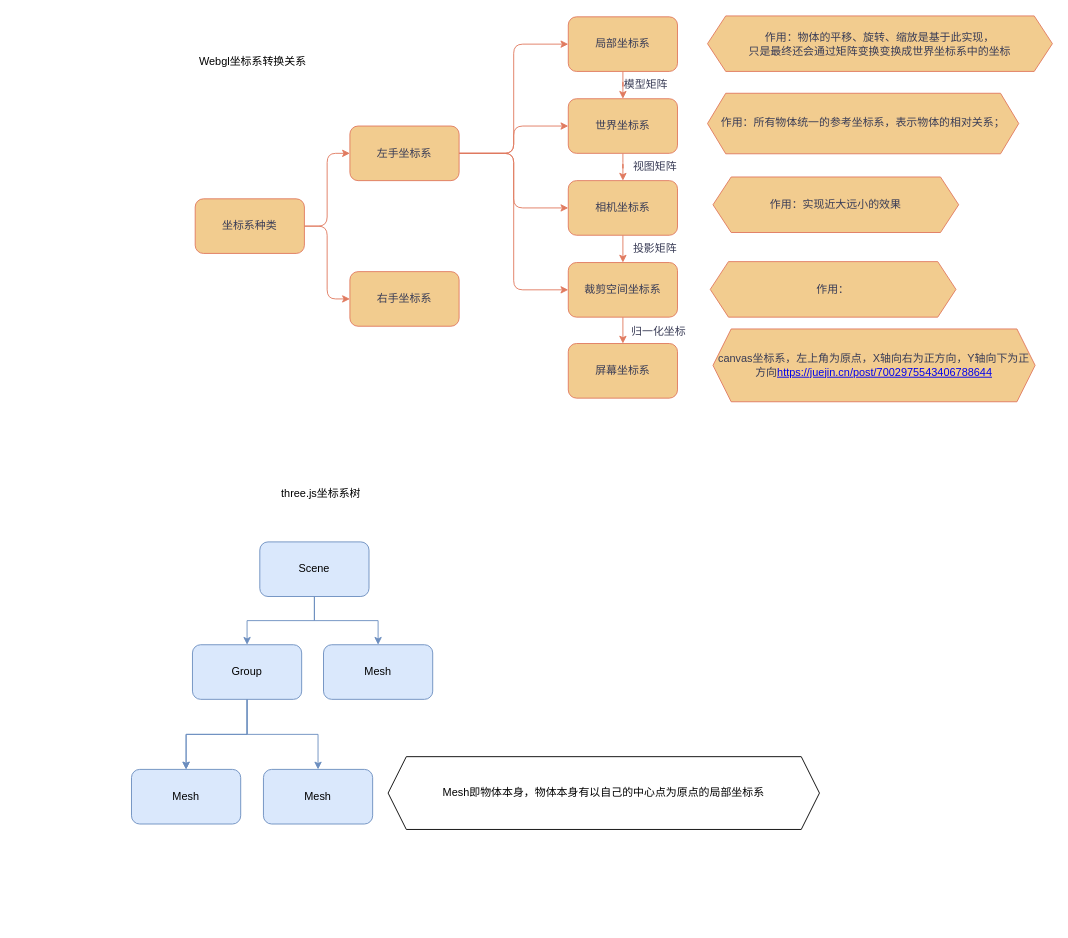
This is webgl three.js坐标系总结.drawio from linghuchong-asen/draw.io, a draw.io file, before an edit. Source tidied: cells renumbered, new cells numbered last; positions are measured from the earlier drawing's top-left corner, leaving out a move shared by most shapes. Both pictures are drawn from the tidied source at 91%, with x=0, y=0 at pixel (131, 15).
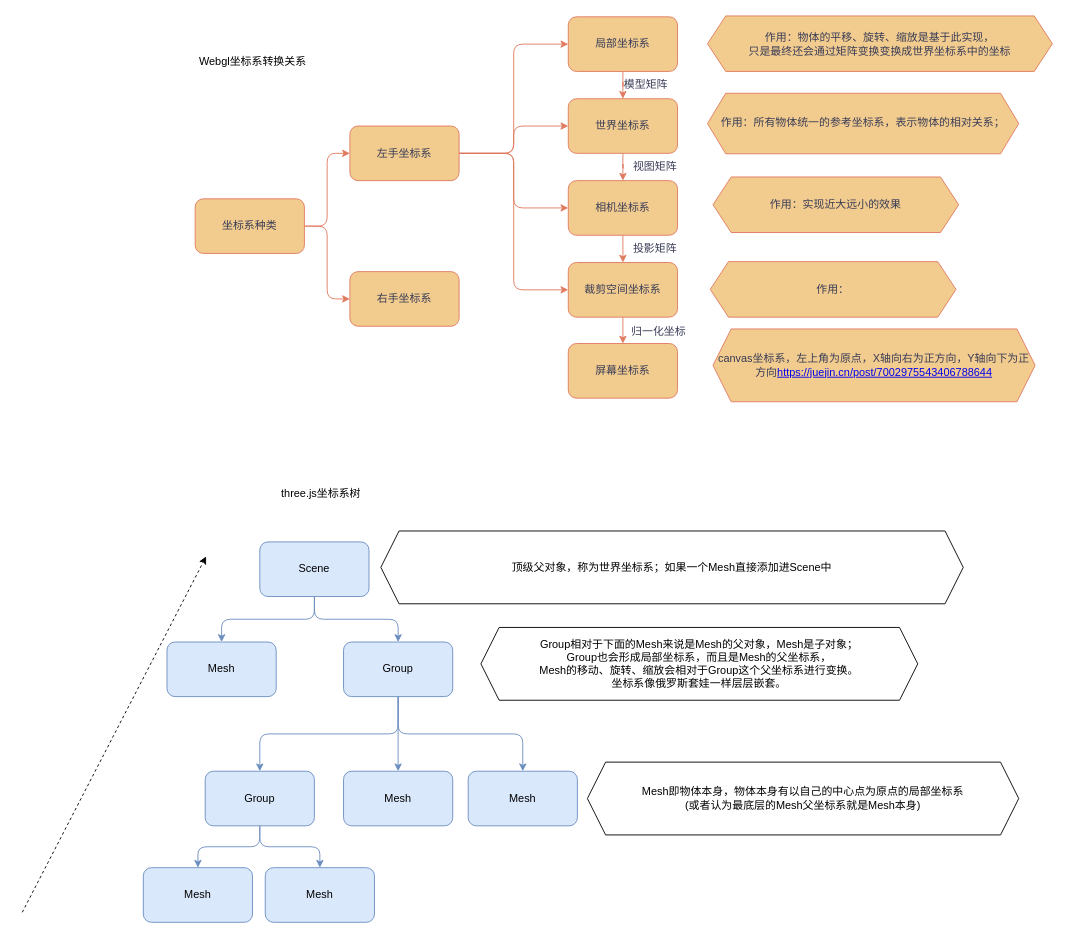
Above is the later version.

Commit message (it also covers changes not shown here):
更新webgl three.js坐标系总结.drawio

Unchanged cells that the change refers to:
```xml
<mxCell id="32" value="Scene" style="rounded=1;whiteSpace=wrap;html=1;fillColor=#dae8fc;strokeColor=#6c8ebf;" parent="1" vertex="1">
  <mxGeometry x="141" y="578" width="120" height="60" as="geometry" />
</mxCell>
```

The edit, as a diff of the source:
```diff
@@
-    <mxCell id="30" style="edgeStyle=orthogonalEdgeStyle;rounded=0;jettySize=auto;html=1;exitX=0.5;exitY=1;exitDx=0;exitDy=0;fillColor=#dae8fc;strokeColor=#6c8ebf;" parent="1" edge="1" source="32" target="36">
+    <mxCell id="30" style="edgeStyle=orthogonalEdgeStyle;rounded=1;jettySize=auto;html=1;exitX=0.5;exitY=1;exitDx=0;exitDy=0;fillColor=#dae8fc;strokeColor=#6c8ebf;" parent="1" edge="1" source="32" target="36">
       <mxGeometry relative="1" as="geometry" />
     </mxCell>
-    <mxCell id="31" style="edgeStyle=orthogonalEdgeStyle;rounded=0;jettySize=auto;html=1;exitX=0.5;exitY=1;exitDx=0;exitDy=0;fillColor=#dae8fc;strokeColor=#6c8ebf;" parent="1" edge="1" source="32" target="37">
+    <mxCell id="31" style="edgeStyle=orthogonalEdgeStyle;rounded=1;jettySize=auto;html=1;exitX=0.5;exitY=1;exitDx=0;exitDy=0;fillColor=#dae8fc;strokeColor=#6c8ebf;" parent="1" edge="1" source="32" target="37">
       <mxGeometry relative="1" as="geometry" />
     </mxCell>
@@
-    <mxCell id="33" style="edgeStyle=orthogonalEdgeStyle;rounded=0;jettySize=auto;html=1;fillColor=#dae8fc;strokeColor=#6c8ebf;" parent="1" edge="1" source="36" target="38">
-      <mxGeometry relative="1" as="geometry" />
-    </mxCell>
-    <mxCell id="34" style="edgeStyle=orthogonalEdgeStyle;rounded=0;jettySize=auto;html=1;fillColor=#dae8fc;strokeColor=#6c8ebf;" parent="1" edge="1" source="36" target="38">
-      <mxGeometry relative="1" as="geometry" />
-    </mxCell>
-    <mxCell id="35" style="edgeStyle=orthogonalEdgeStyle;rounded=0;jettySize=auto;html=1;exitX=0.5;exitY=1;exitDx=0;exitDy=0;entryX=0.5;entryY=0;entryDx=0;entryDy=0;fillColor=#dae8fc;strokeColor=#6c8ebf;" parent="1" edge="1" source="36" target="39">
+    <mxCell id="35" style="edgeStyle=orthogonalEdgeStyle;rounded=1;jettySize=auto;html=1;exitX=0.5;exitY=1;exitDx=0;exitDy=0;entryX=0.5;entryY=0;entryDx=0;entryDy=0;fillColor=#dae8fc;strokeColor=#6c8ebf;" parent="1" edge="1" source="36" target="39">
       <mxGeometry relative="1" as="geometry" />
     </mxCell>
+    <mxCell id="42" style="edgeStyle=orthogonalEdgeStyle;rounded=1;jettySize=auto;html=1;exitX=0.5;exitY=1;exitDx=0;exitDy=0;entryX=0.5;entryY=0;entryDx=0;entryDy=0;fillColor=#dae8fc;strokeColor=#6c8ebf;" parent="1" edge="1" source="36" target="38">
+      <mxGeometry relative="1" as="geometry" />
+    </mxCell>
+    <mxCell id="43" style="edgeStyle=orthogonalEdgeStyle;rounded=1;jettySize=auto;html=1;exitX=0.5;exitY=1;exitDx=0;exitDy=0;fillColor=#dae8fc;strokeColor=#6c8ebf;" parent="1" edge="1" source="36" target="47">
+      <mxGeometry relative="1" as="geometry" />
+    </mxCell>
     <mxCell id="36" value="Group" style="whiteSpace=wrap;html=1;rounded=1;fillColor=#dae8fc;strokeColor=#6c8ebf;" parent="1" vertex="1">
-      <mxGeometry x="67" y="691" width="120" height="60" as="geometry" />
+      <mxGeometry x="233" y="688" width="120" height="60" as="geometry" />
     </mxCell>
     <mxCell id="37" value="Mesh" style="whiteSpace=wrap;html=1;rounded=1;fillColor=#dae8fc;strokeColor=#6c8ebf;" parent="1" vertex="1">
-      <mxGeometry x="211" y="691" width="120" height="60" as="geometry" />
+      <mxGeometry x="39" y="688" width="120" height="60" as="geometry" />
     </mxCell>
     <mxCell id="38" value="Mesh" style="rounded=1;whiteSpace=wrap;html=1;fillColor=#dae8fc;strokeColor=#6c8ebf;" parent="1" vertex="1">
-      <mxGeometry y="828" width="120" height="60" as="geometry" />
+      <mxGeometry x="233" y="830" width="120" height="60" as="geometry" />
     </mxCell>
     <mxCell id="39" value="Mesh" style="rounded=1;whiteSpace=wrap;html=1;fillColor=#dae8fc;strokeColor=#6c8ebf;" parent="1" vertex="1">
-      <mxGeometry x="145" y="828" width="120" height="60" as="geometry" />
+      <mxGeometry x="370" y="830" width="120" height="60" as="geometry" />
     </mxCell>
-    <mxCell id="40" value="Mesh即物体本身，物体本身有以自己的中心点为原点的局部坐标系" style="shape=hexagon;perimeter=hexagonPerimeter2;whiteSpace=wrap;html=1;fixedSize=1;" parent="1" vertex="1">
-      <mxGeometry x="282" y="814" width="474" height="80" as="geometry" />
+    <mxCell id="40" value="Mesh即物体本身，物体本身有以自己的中心点为原点的局部坐标系&lt;br&gt;(或者认为最底层的Mesh父坐标系就是Mesh本身)" style="shape=hexagon;perimeter=hexagonPerimeter2;whiteSpace=wrap;html=1;fixedSize=1;" parent="1" vertex="1">
+      <mxGeometry x="501" y="820" width="474" height="80" as="geometry" />
     </mxCell>
@@
+    <mxCell id="44" value="Group相对于下面的Mesh来说是Mesh的父对象，Mesh是子对象；&lt;br&gt;Group也会形成局部坐标系，而且是Mesh的父坐标系，&lt;br&gt;Mesh的移动、旋转、缩放会相对于Group这个父坐标系进行变换。&lt;br&gt;坐标系像俄罗斯套娃一样层层嵌套。" style="shape=hexagon;perimeter=hexagonPerimeter2;whiteSpace=wrap;html=1;fixedSize=1;" parent="1" vertex="1">
+      <mxGeometry x="384" y="672" width="480" height="80" as="geometry" />
+    </mxCell>
+    <mxCell id="45" style="edgeStyle=orthogonalEdgeStyle;rounded=1;jettySize=auto;html=1;exitX=0.5;exitY=1;exitDx=0;exitDy=0;entryX=0.5;entryY=0;entryDx=0;entryDy=0;fillColor=#dae8fc;strokeColor=#6c8ebf;" parent="1" edge="1" source="47" target="48">
+      <mxGeometry relative="1" as="geometry" />
+    </mxCell>
+    <mxCell id="46" style="edgeStyle=orthogonalEdgeStyle;rounded=1;jettySize=auto;html=1;exitX=0.5;exitY=1;exitDx=0;exitDy=0;entryX=0.5;entryY=0;entryDx=0;entryDy=0;fillColor=#dae8fc;strokeColor=#6c8ebf;" parent="1" edge="1" source="47" target="49">
+      <mxGeometry relative="1" as="geometry" />
+    </mxCell>
+    <mxCell id="47" value="Group" style="rounded=1;whiteSpace=wrap;html=1;fillColor=#dae8fc;strokeColor=#6c8ebf;" parent="1" vertex="1">
+      <mxGeometry x="81" y="830" width="120" height="60" as="geometry" />
+    </mxCell>
+    <mxCell id="48" value="Mesh" style="rounded=1;whiteSpace=wrap;html=1;fillColor=#dae8fc;strokeColor=#6c8ebf;" parent="1" vertex="1">
+      <mxGeometry x="13" y="936" width="120" height="60" as="geometry" />
+    </mxCell>
+    <mxCell id="49" value="Mesh" style="rounded=1;whiteSpace=wrap;html=1;fillColor=#dae8fc;strokeColor=#6c8ebf;" parent="1" vertex="1">
+      <mxGeometry x="147" y="936" width="120" height="60" as="geometry" />
+    </mxCell>
+    <mxCell id="50" value="顶级父对象，称为世界坐标系；如果一个Mesh直接添加进Scene中" style="shape=hexagon;perimeter=hexagonPerimeter2;whiteSpace=wrap;html=1;fixedSize=1;" parent="1" vertex="1">
+      <mxGeometry x="274" y="566" width="640" height="80" as="geometry" />
+    </mxCell>
+    <mxCell id="51" style="endArrow=classic;html=1;rounded=1;dashed=1;" parent="1" edge="1">
+      <mxGeometry relative="1" as="geometry">
+        <mxPoint x="-120" y="985" as="sourcePoint" />
+        <mxPoint x="82" y="594" as="targetPoint" />
+      </mxGeometry>
+    </mxCell>
```
